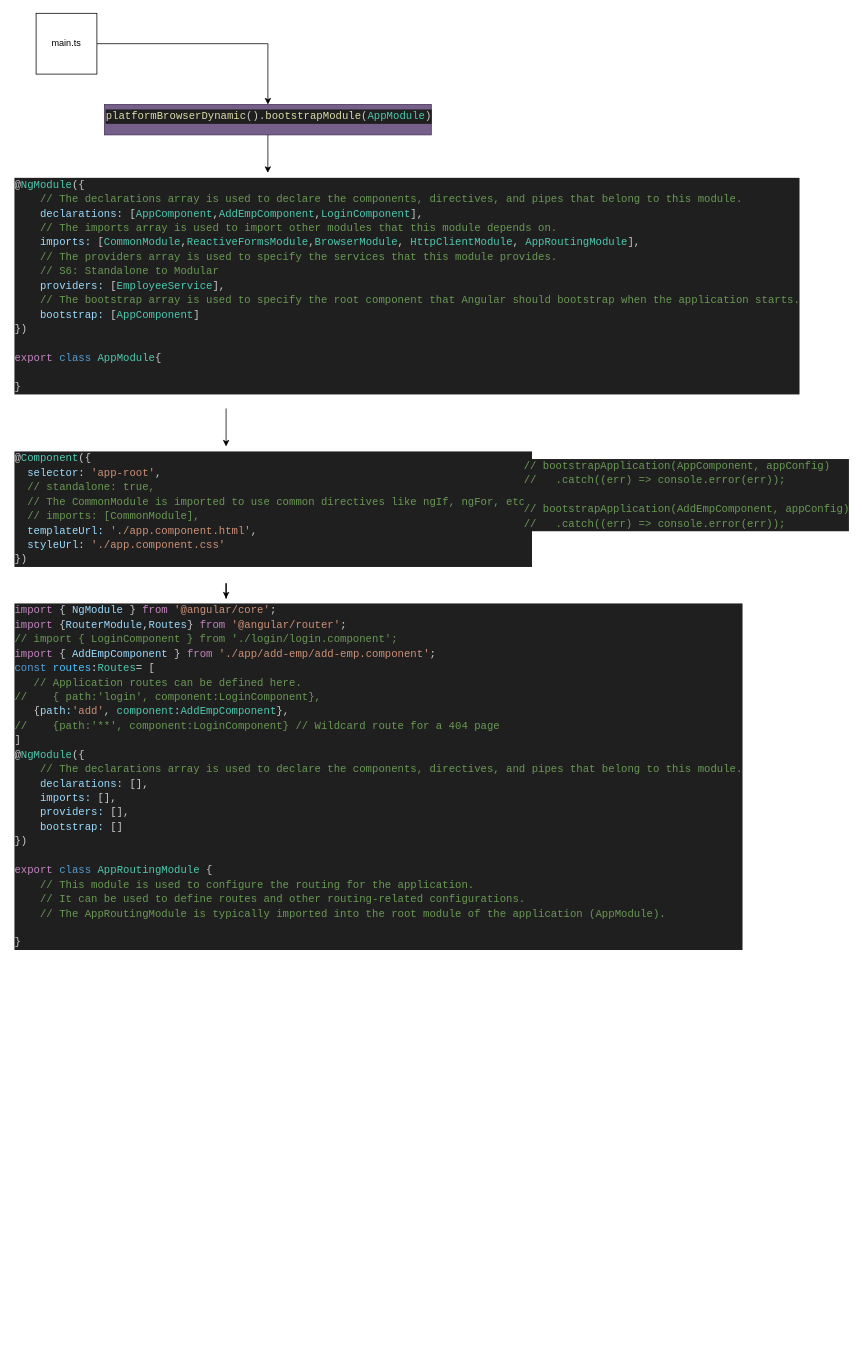
Before: page "Routing" (12 of 14) of drawings/draw-angular-gs.drawio in QUAGLO30JUN2025GIT-HUB/QUAGLO30JUN2025GIT-REPO, a draw.io diagram. Source tidied: cells renumbered, new cells numbered last; positions are measured from the earlier drawing's top-left corner, leaving out a move shared by most shapes. Both pictures are drawn from the tidied source at 76%, with x=0, y=0 at pixel (13, 13).
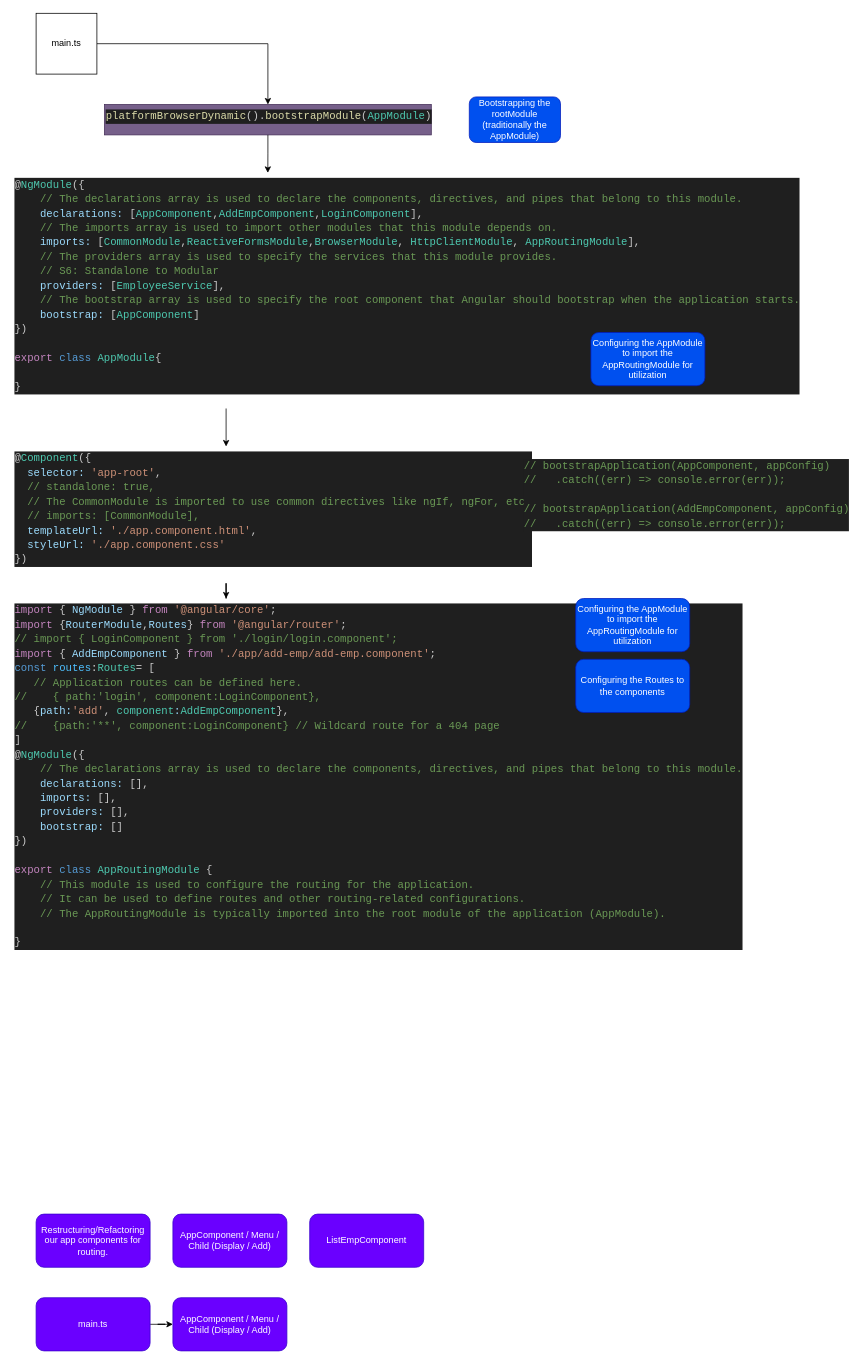
Above is the later version.

The edit, as a diff of the source:
```diff
@@
+    <mxCell id="12" value="Bootstrapping the rootModule (traditionally the AppModule)" style="rounded=1;whiteSpace=wrap;html=1;fillColor=#0050ef;fontColor=#ffffff;strokeColor=#001DBC;" parent="1" vertex="1">
+      <mxGeometry x="600" y="110" width="120" height="60" as="geometry" />
+    </mxCell>
+    <mxCell id="13" value="Configuring the AppModule to import the AppRoutingModule for utilization" style="rounded=1;whiteSpace=wrap;html=1;fillColor=#0050ef;fontColor=#ffffff;strokeColor=#001DBC;" parent="1" vertex="1">
+      <mxGeometry x="760" y="420" width="150" height="70" as="geometry" />
+    </mxCell>
+    <mxCell id="14" value="Configuring the AppModule to import the AppRoutingModule for utilization" style="rounded=1;whiteSpace=wrap;html=1;fillColor=#0050ef;fontColor=#ffffff;strokeColor=#001DBC;" parent="1" vertex="1">
+      <mxGeometry x="740" y="770" width="150" height="70" as="geometry" />
+    </mxCell>
+    <mxCell id="15" value="Configuring the Routes to the components" style="rounded=1;whiteSpace=wrap;html=1;fillColor=#0050ef;fontColor=#ffffff;strokeColor=#001DBC;" parent="1" vertex="1">
+      <mxGeometry x="740" y="850" width="150" height="70" as="geometry" />
+    </mxCell>
+    <mxCell id="16" value="Restructuring/Refactoring our app components for routing." style="rounded=1;whiteSpace=wrap;html=1;fillColor=#6a00ff;fontColor=#ffffff;strokeColor=#3700CC;" parent="1" vertex="1">
+      <mxGeometry x="30" y="1580" width="150" height="70" as="geometry" />
+    </mxCell>
+    <mxCell id="17" value="AppComponent / Menu / Child (Display / Add)" style="rounded=1;whiteSpace=wrap;html=1;fillColor=#6a00ff;fontColor=#ffffff;strokeColor=#3700CC;" parent="1" vertex="1">
+      <mxGeometry x="210" y="1580" width="150" height="70" as="geometry" />
+    </mxCell>
+    <mxCell id="18" value="ListEmpComponent" style="rounded=1;whiteSpace=wrap;html=1;fillColor=#6a00ff;fontColor=#ffffff;strokeColor=#3700CC;" parent="1" vertex="1">
+      <mxGeometry x="390" y="1580" width="150" height="70" as="geometry" />
+    </mxCell>
+    <mxCell id="19" style="edgeStyle=orthogonalEdgeStyle;rounded=0;jettySize=auto;html=1;" parent="1" edge="1" source="20" target="21">
+      <mxGeometry relative="1" as="geometry" />
+    </mxCell>
+    <mxCell id="20" value="main.ts" style="rounded=1;whiteSpace=wrap;html=1;fillColor=#6a00ff;fontColor=#ffffff;strokeColor=#3700CC;" parent="1" vertex="1">
+      <mxGeometry x="30" y="1690" width="150" height="70" as="geometry" />
+    </mxCell>
+    <mxCell id="21" value="AppComponent / Menu / Child (Display / Add)" style="rounded=1;whiteSpace=wrap;html=1;fillColor=#6a00ff;fontColor=#ffffff;strokeColor=#3700CC;" parent="1" vertex="1">
+      <mxGeometry x="210" y="1690" width="150" height="70" as="geometry" />
+    </mxCell>
```
